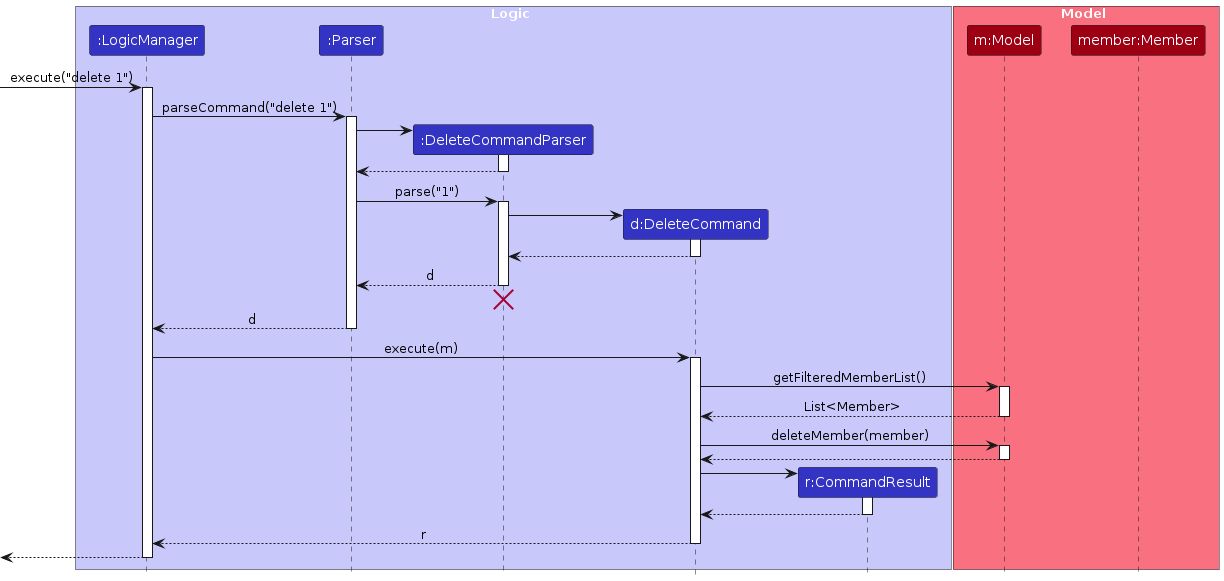
AY2425S1-CS2103T-W14-3/tp keeps this PlantUML diagram as diagrams/DeleteSequenceDiagram.png. Above is the earlier version. Its source is kept beside it as diagrams/DeleteSequenceDiagram.puml. Its diagram source:
```plantuml
@startuml
!include style.puml
skinparam ArrowFontStyle plain

box Logic LOGIC_COLOR_T1
participant ":LogicManager" as LogicManager LOGIC_COLOR
participant ":Parser" as Parser LOGIC_COLOR
participant ":DeleteCommandParser" as DeleteCommandParser LOGIC_COLOR
participant "d:DeleteCommand" as DeleteCommand LOGIC_COLOR
participant "r:CommandResult" as CommandResult LOGIC_COLOR
end box

box Model MODEL_COLOR_T1
participant "m:Model" as Model MODEL_COLOR
participant "member:Member" as Member MODEL_COLOR
end box

[-> LogicManager : execute("delete 1")
activate LogicManager

LogicManager -> Parser : parseCommand("delete 1")
activate Parser

create DeleteCommandParser
Parser -> DeleteCommandParser
activate DeleteCommandParser

DeleteCommandParser --> Parser
deactivate DeleteCommandParser

Parser -> DeleteCommandParser : parse("1")
activate DeleteCommandParser

create DeleteCommand
DeleteCommandParser -> DeleteCommand
activate DeleteCommand

DeleteCommand --> DeleteCommandParser :
deactivate DeleteCommand

DeleteCommandParser --> Parser : d
deactivate DeleteCommandParser
DeleteCommandParser -[hidden]-> Parser
destroy DeleteCommandParser

Parser --> LogicManager : d
deactivate Parser

LogicManager -> DeleteCommand : execute(m)
activate DeleteCommand

DeleteCommand -> Model : getFilteredMemberList()
activate Model

Model --> DeleteCommand : List<Member>
deactivate Model

DeleteCommand -> Model : deleteMember(member)
activate Model

Model --> DeleteCommand
deactivate Model

create CommandResult
DeleteCommand -> CommandResult
activate CommandResult

CommandResult --> DeleteCommand
deactivate CommandResult

DeleteCommand --> LogicManager : r
deactivate DeleteCommand

[<--LogicManager
deactivate LogicManager
@enduml
```
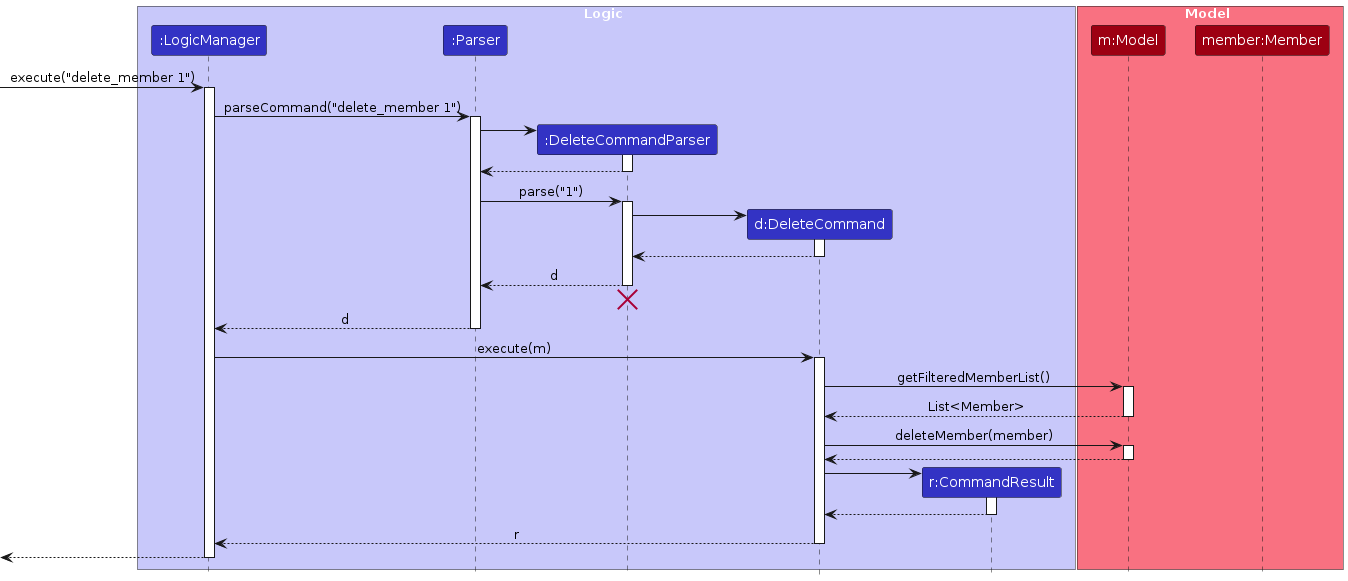
Later version of the same file.

What changed in the source:
```diff
@@ -15,10 +15,10 @@
 participant "member:Member" as Member MODEL_COLOR
 end box
 
-[-> LogicManager : execute("delete 1")
+[-> LogicManager : execute("delete_member 1")
 activate LogicManager
 
-LogicManager -> Parser : parseCommand("delete 1")
+LogicManager -> Parser : parseCommand("delete_member 1")
 activate Parser
 
 create DeleteCommandParser
```
